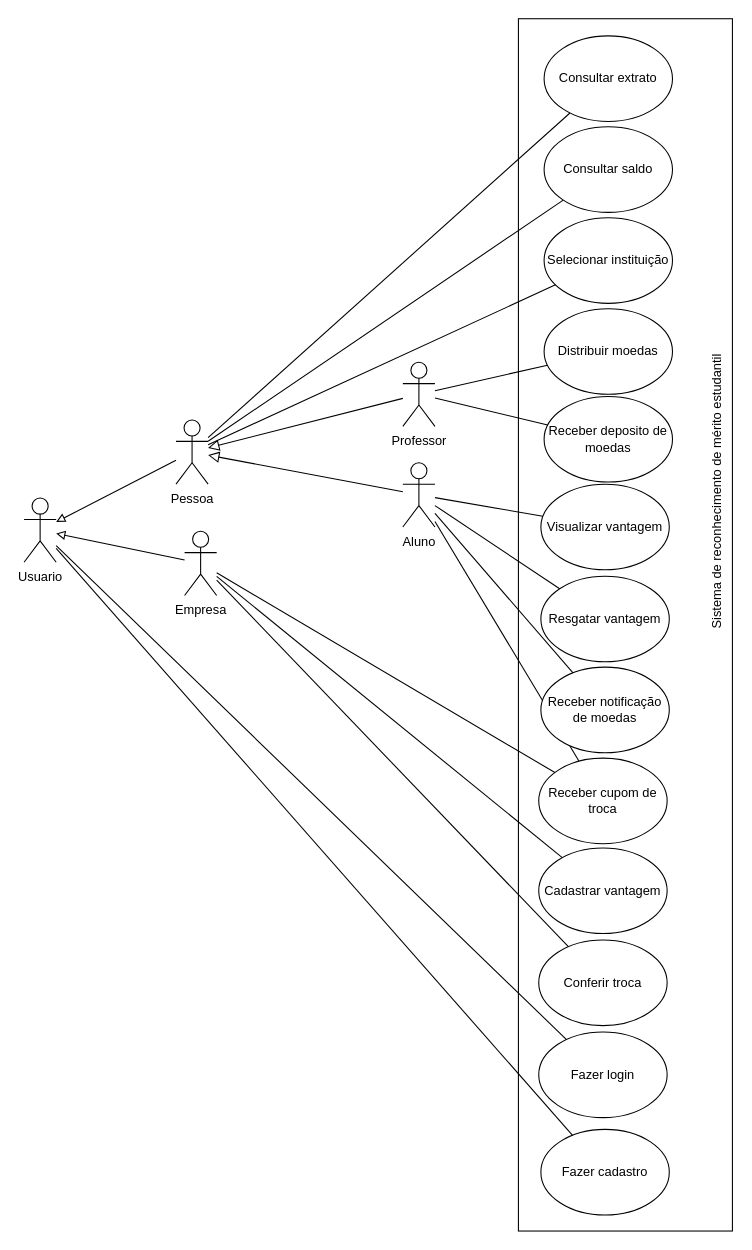
Earlier version of the draw.io diagram projeto/drawio/Diagrama de casos de uso.drawio (pedrolucas444/laboratorio-3). Source tidied: cells renumbered, new cells numbered last; positions are measured from the earlier drawing's top-left corner, leaving out a move shared by most shapes. Both pictures are drawn from the tidied source at 107%, with x=0, y=0 at pixel (19, 35).
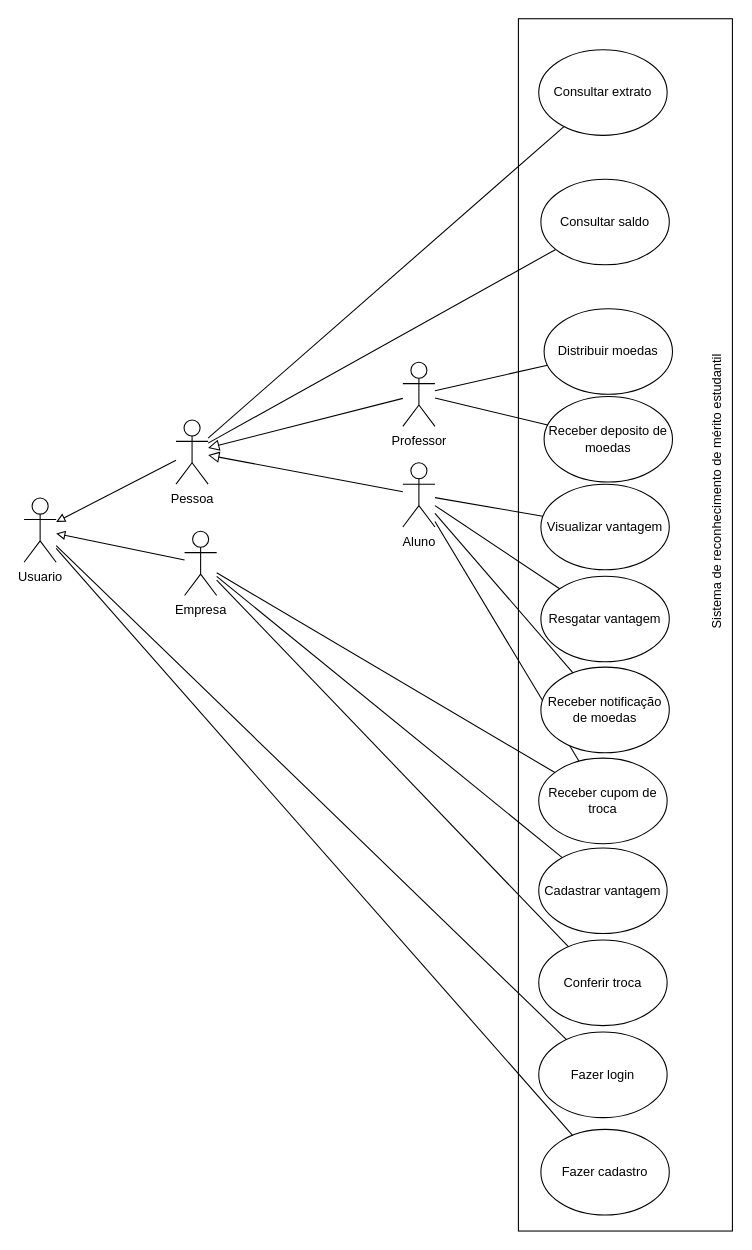
Above is the later version.

The change refers to these unchanged cells:
```xml
<mxCell id="3" value="Pessoa" style="shape=umlActor;verticalLabelPosition=bottom;verticalAlign=top;html=1;outlineConnect=0;" parent="1" vertex="1">
  <mxGeometry x="146" y="359" width="30" height="60" as="geometry" />
</mxCell>
```

The edit, as a diff of the source:
```diff
@@
     <mxCell id="8" value="Consultar extrato" style="ellipse;whiteSpace=wrap;html=1;" parent="1" vertex="1">
-      <mxGeometry x="490" width="120" height="80" as="geometry" />
+      <mxGeometry x="485" y="13" width="120" height="80" as="geometry" />
     </mxCell>
@@
     <mxCell id="10" value="Consultar saldo" style="ellipse;whiteSpace=wrap;html=1;" parent="1" vertex="1">
-      <mxGeometry x="490" y="85" width="120" height="80" as="geometry" />
+      <mxGeometry x="487" y="134" width="120" height="80" as="geometry" />
     </mxCell>
@@
-    <mxCell id="34" value="Selecionar instituição" style="ellipse;whiteSpace=wrap;html=1;" parent="1" vertex="1">
-      <mxGeometry x="490" y="170" width="120" height="80" as="geometry" />
-    </mxCell>
-    <mxCell id="35" style="endArrow=none;html=1;rounded=0;" parent="1" edge="1" source="3" target="34">
-      <mxGeometry relative="1" as="geometry" />
-    </mxCell>
```
